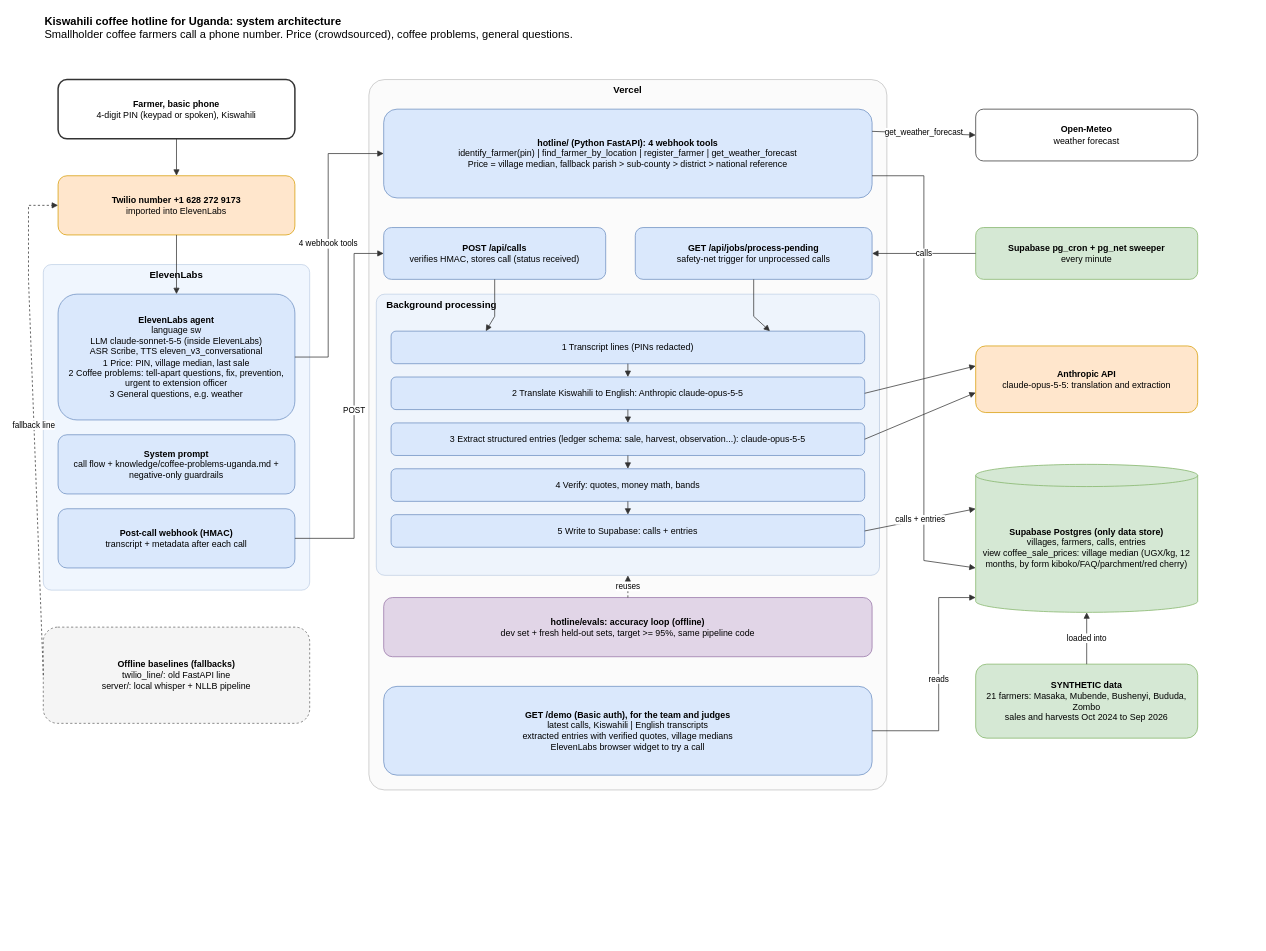
This is docs/architecture.drawio from jonathanbernsteiner/Hack-Nation_World-Bank-Agriculture-Case, a draw.io file, before an edit. Source tidied: cells renumbered, new cells numbered last; positions are measured from the earlier drawing's top-left corner, leaving out a move shared by most shapes. Both pictures are drawn from the tidied source at 74%, with x=0, y=0 at pixel (28, 13).
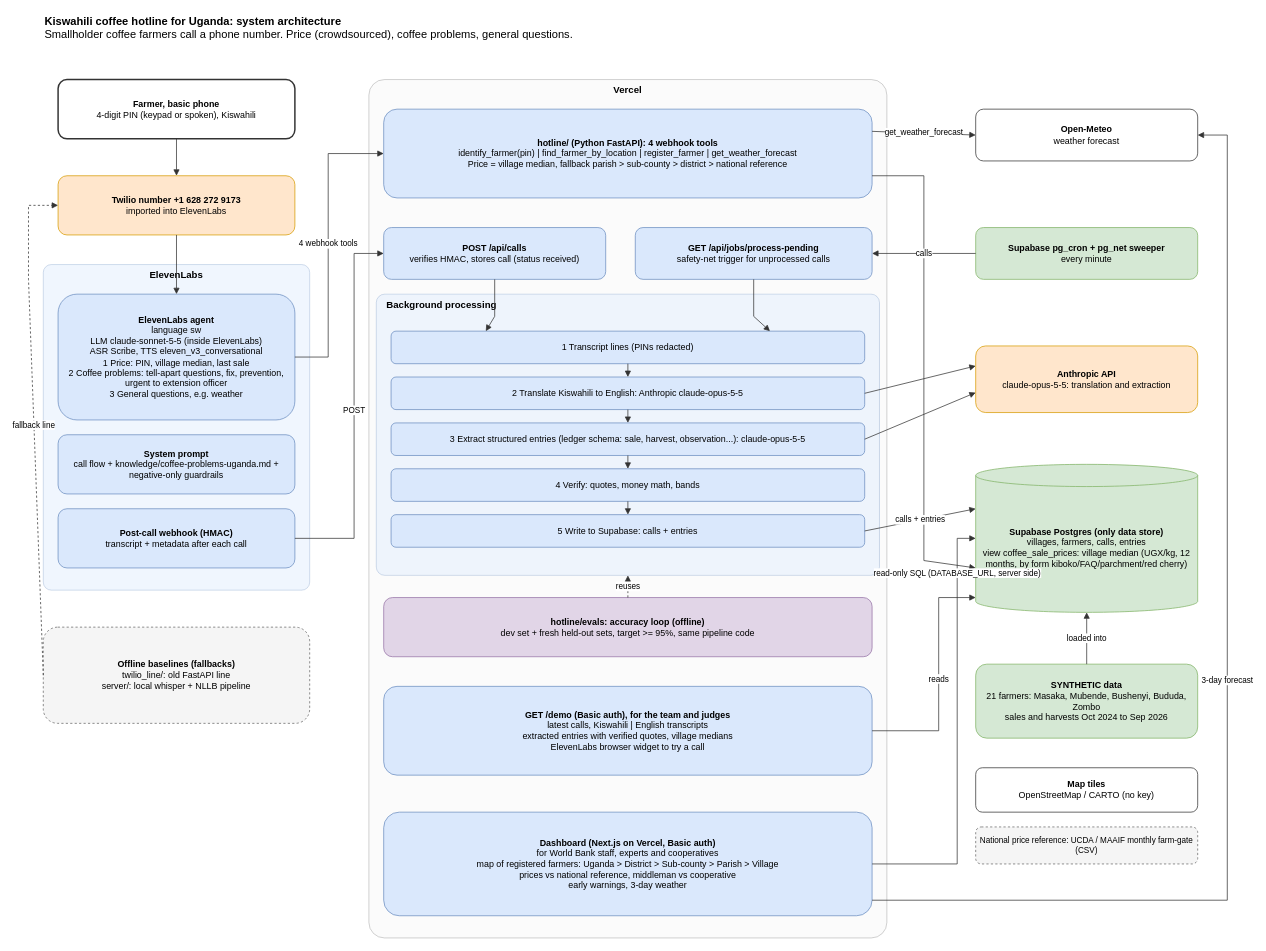
After the change.

The change refers to these unchanged cells:
```xml
<mxCell id="25" value="&lt;b&gt;Open-Meteo&lt;/b&gt;&lt;br&gt;weather forecast" style="rounded=1;whiteSpace=wrap;html=1;fillColor=#ffffff;strokeColor=#333333;fontSize=12;" parent="1" vertex="1">
  <mxGeometry x="1280" y="130" width="300" height="70" as="geometry" />
</mxCell>
<mxCell id="28" value="&lt;b&gt;Supabase Postgres (only data store)&lt;/b&gt;&lt;br&gt;villages, farmers, calls, entries&lt;br&gt;view coffee_sale_prices: village median (UGX/kg, 12 months, by form kiboko/FAQ/parchment/red cherry)" style="shape=cylinder3;whiteSpace=wrap;html=1;boundedLbl=1;size=15;fillColor=#d5e8d4;strokeColor=#82b366;fontSize=12;" parent="1" vertex="1">
  <mxGeometry x="1280" y="610" width="300" height="200" as="geometry" />
</mxCell>
```

Diff of the diagram source:
```diff
@@
     <mxCell id="9" value="Vercel" style="rounded=1;whiteSpace=wrap;html=1;fillColor=#f5f5f5;strokeColor=#666666;verticalAlign=top;fontStyle=1;fontSize=13;opacity=40;arcSize=3;" parent="1" vertex="1">
-      <mxGeometry x="460" y="90" width="700" height="960" as="geometry" />
+      <mxGeometry x="460" y="90" width="700" height="1160" as="geometry" />
     </mxCell>
@@
+    <mxCell id="47" value="&lt;b&gt;Dashboard (Next.js on Vercel, Basic auth)&lt;/b&gt;&lt;br&gt;for World Bank staff, experts and cooperatives&lt;br&gt;map of registered farmers: Uganda &gt; District &gt; Sub-county &gt; Parish &gt; Village&lt;br&gt;prices vs national reference, middleman vs cooperative&lt;br&gt;early warnings, 3-day weather" style="rounded=1;whiteSpace=wrap;html=1;fillColor=#dae8fc;strokeColor=#6c8ebf;fontSize=12;" parent="1" vertex="1">
+      <mxGeometry x="480" y="1080" width="660" height="140" as="geometry" />
+    </mxCell>
+    <mxCell id="48" value="&lt;b&gt;Map tiles&lt;/b&gt;&lt;br&gt;OpenStreetMap / CARTO (no key)" style="rounded=1;whiteSpace=wrap;html=1;fillColor=#ffffff;strokeColor=#333333;fontSize=12;" parent="1" vertex="1">
+      <mxGeometry x="1280" y="1020" width="300" height="60" as="geometry" />
+    </mxCell>
+    <mxCell id="49" value="National price reference: UCDA / MAAIF monthly farm-gate (CSV)" style="rounded=1;whiteSpace=wrap;html=1;fillColor=#f5f5f5;strokeColor=#666666;fontSize=11;dashed=1;" parent="1" vertex="1">
+      <mxGeometry x="1280" y="1100" width="300" height="50" as="geometry" />
+    </mxCell>
+    <mxCell id="50" value="read-only SQL (DATABASE_URL, server side)" style="endArrow=block;html=1;rounded=0;strokeColor=#333333;fontSize=11;labelBackgroundColor=#ffffff;exitX=1;exitY=0.5;entryX=0;entryY=0.5;" parent="1" edge="1" source="47" target="28">
+      <mxGeometry x="0.75" relative="1" as="geometry">
+        <Array as="points">
+          <mxPoint x="1255" y="1150" />
+          <mxPoint x="1255" y="710" />
+        </Array>
+      </mxGeometry>
+    </mxCell>
+    <mxCell id="51" value="3-day forecast" style="endArrow=block;html=1;rounded=0;strokeColor=#333333;fontSize=11;exitX=1;exitY=0.85;entryX=1;entryY=0.5;" parent="1" edge="1" source="47" target="25">
+      <mxGeometry relative="1" as="geometry">
+        <Array as="points">
+          <mxPoint x="1620" y="1199" />
+          <mxPoint x="1620" y="165" />
+        </Array>
+      </mxGeometry>
+    </mxCell>
```
